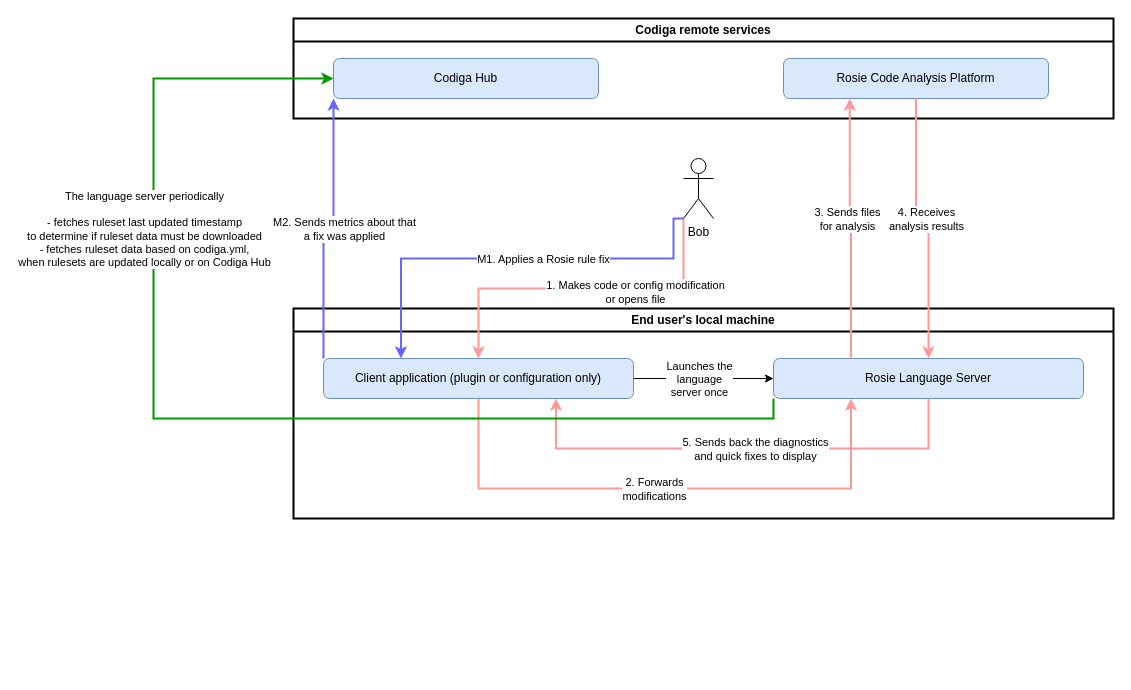
codiga/doc.codiga.io keeps this draw.io diagram as docs/code-analysis/language-server-protocol/rosie-language-server-communication.drawio.xml. Above is the earlier version. Source tidied: cells renumbered, new cells numbered last; positions are measured from the earlier drawing's top-left corner, leaving out a move shared by most shapes. Both pictures are drawn from the tidied source at 100%, with x=0, y=0 at pixel (153, 18).
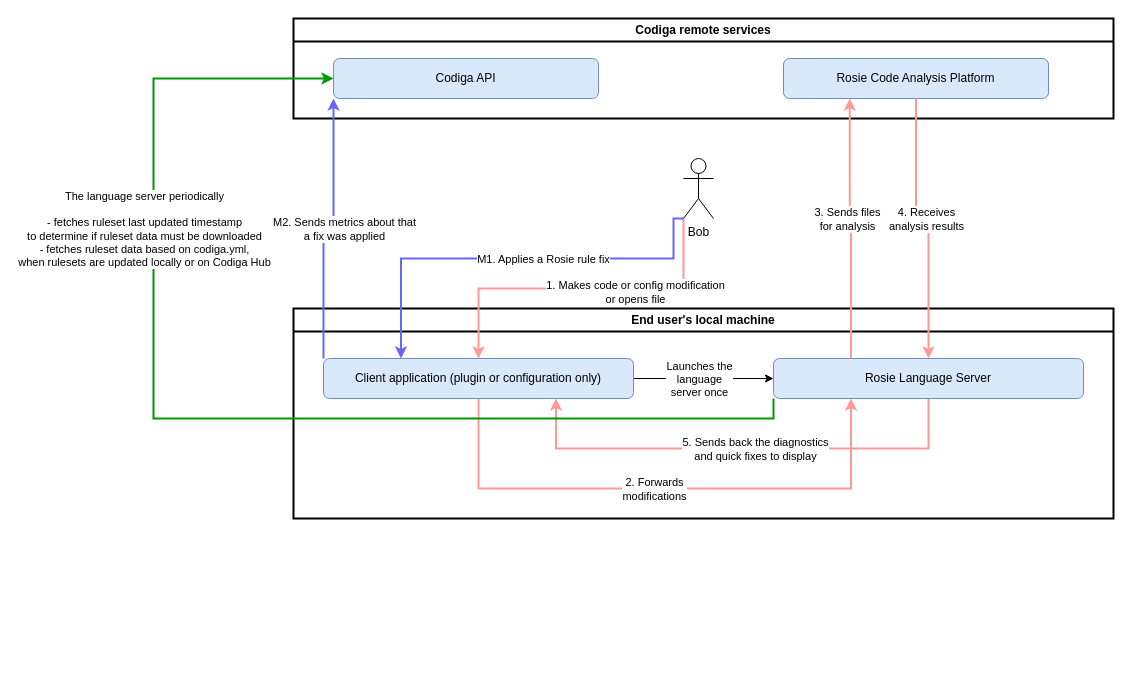
The same page after the edit.

Commit message (it also covers changes not shown here):
Update Codiga Hub to Codiga API on diagrams

Unchanged cells that the change refers to:
```xml
<mxCell id="3" value="Codiga remote services" style="swimlane;whiteSpace=wrap;html=1;strokeWidth=2;" parent="1" vertex="1">
  <mxGeometry x="140" width="820" height="100" as="geometry" />
</mxCell>
```

The edit, as a diff of the source:
```diff
@@
-    <mxCell id="4" value="Codiga Hub" style="rounded=1;whiteSpace=wrap;html=1;fillColor=#dae8fc;strokeColor=#6c8ebf;" parent="3" vertex="1">
+    <mxCell id="4" value="Codiga API" style="rounded=1;whiteSpace=wrap;html=1;fillColor=#dae8fc;strokeColor=#6c8ebf;" parent="3" vertex="1">
       <mxGeometry x="40" y="40" width="265" height="40" as="geometry" />
     </mxCell>
```
